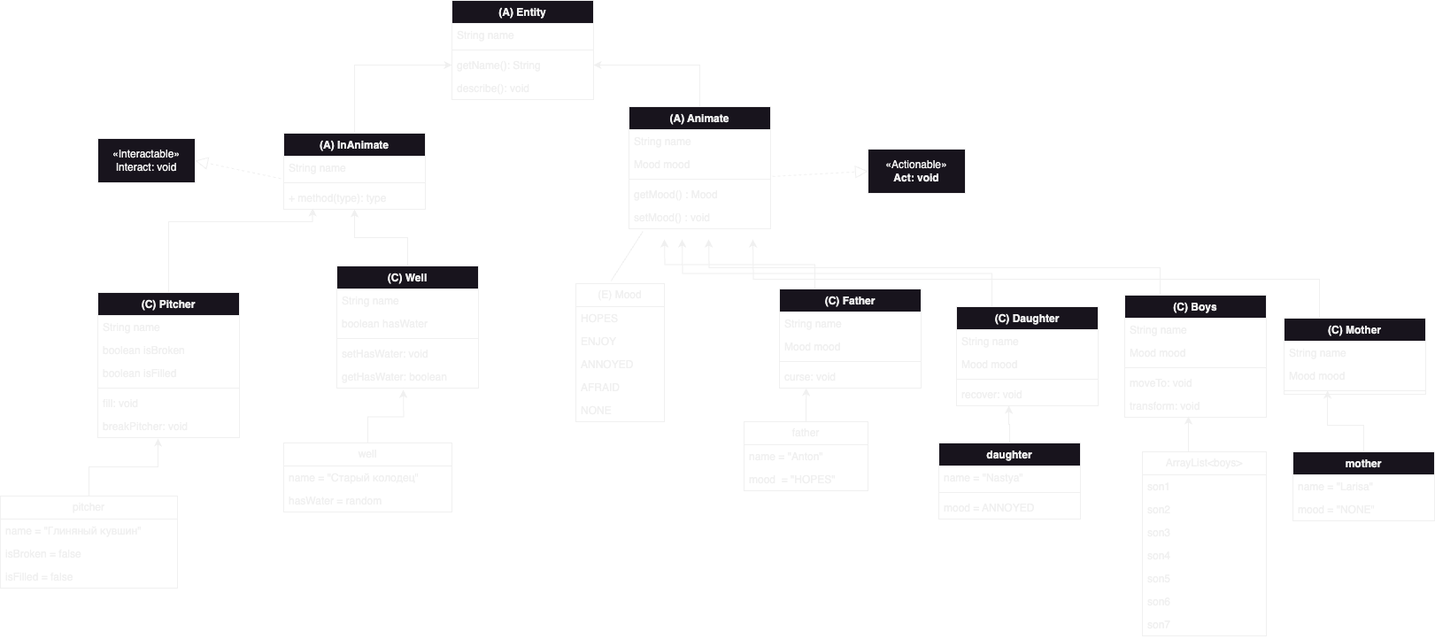
trybenon/ITMO keeps this draw.io diagram as Lab3uml.png. Above is the earlier version. Source tidied: cells renumbered, new cells last; positions are measured from the earlier drawing's top-left corner, leaving out a move shared by most shapes.
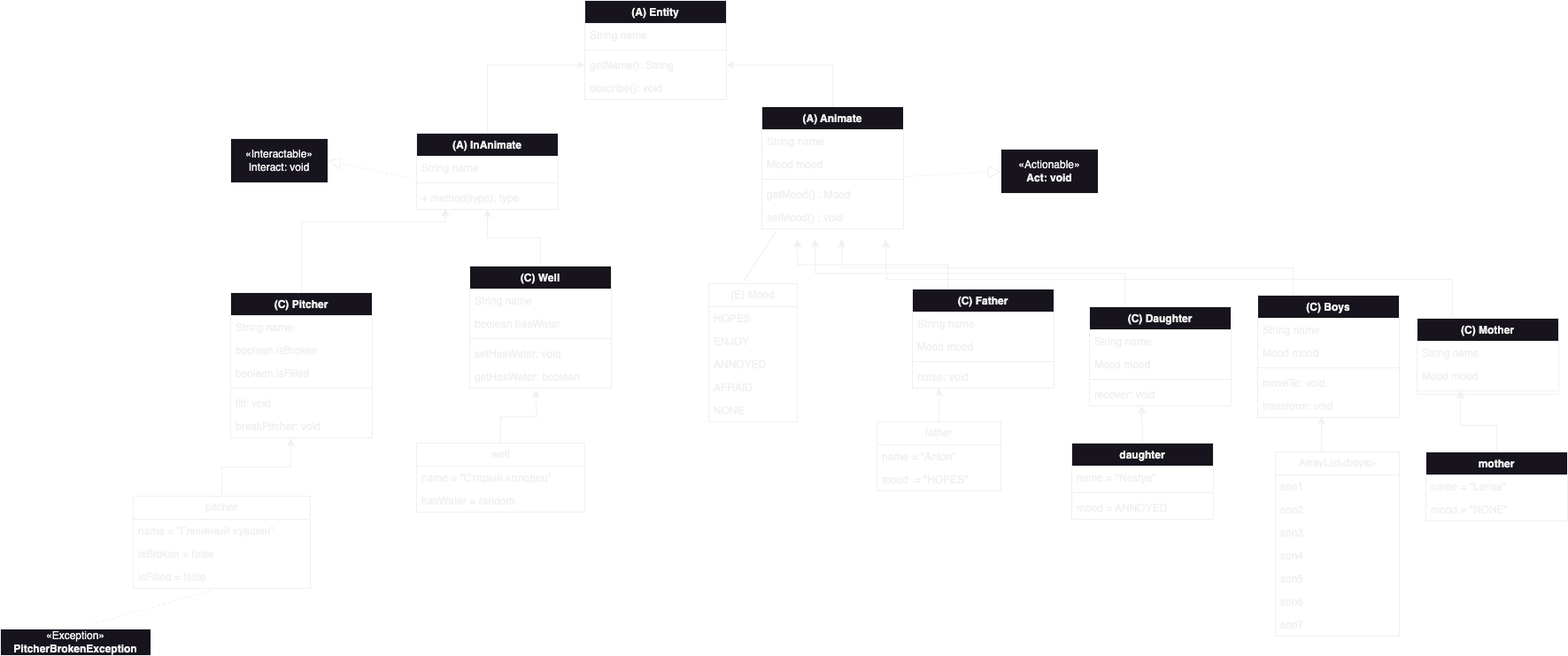
After the change.

Diff of the diagram source:
```diff
@@ -321,5 +321,11 @@
     <mxCell id="99" value="mood = &quot;NONE&quot;" style="text;strokeColor=none;fillColor=none;align=left;verticalAlign=top;spacingLeft=4;spacingRight=4;overflow=hidden;whiteSpace=wrap;html=1;" parent="97" vertex="1">
       <mxGeometry y="52" width="160" height="26" as="geometry" />
     </mxCell>
+    <mxCell id="100" value="«Exception»&lt;br&gt;&lt;b&gt;PitcherBrokenException&lt;/b&gt;" style="html=1;whiteSpace=wrap;" parent="1" vertex="1">
+      <mxGeometry x="-150" y="710" width="170" height="30" as="geometry" />
+    </mxCell>
+    <mxCell id="101" style="endArrow=none;dashed=1;html=1;rounded=0;exitX=0.569;exitY=-0.122;exitDx=0;exitDy=0;exitPerimeter=0;entryX=0.457;entryY=1.064;entryDx=0;entryDy=0;entryPerimeter=0;" parent="1" edge="1" source="100" target="72">
+      <mxGeometry relative="1" as="geometry" />
+    </mxCell>
   </root>
 </mxGraphModel>
```
